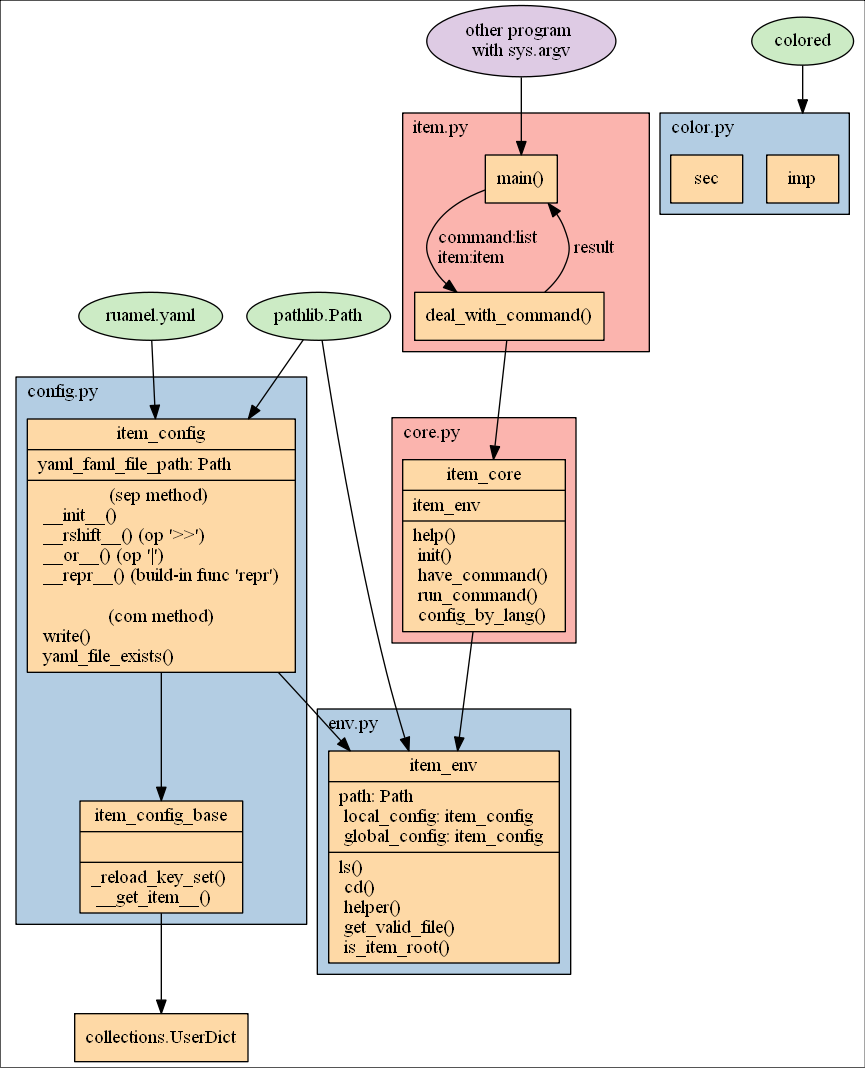
Before: doc/res/programUML.png, a diagram exported from Graphviz (PeterlitsZo/item). Its source is kept beside it as doc/res/programUML.dot.
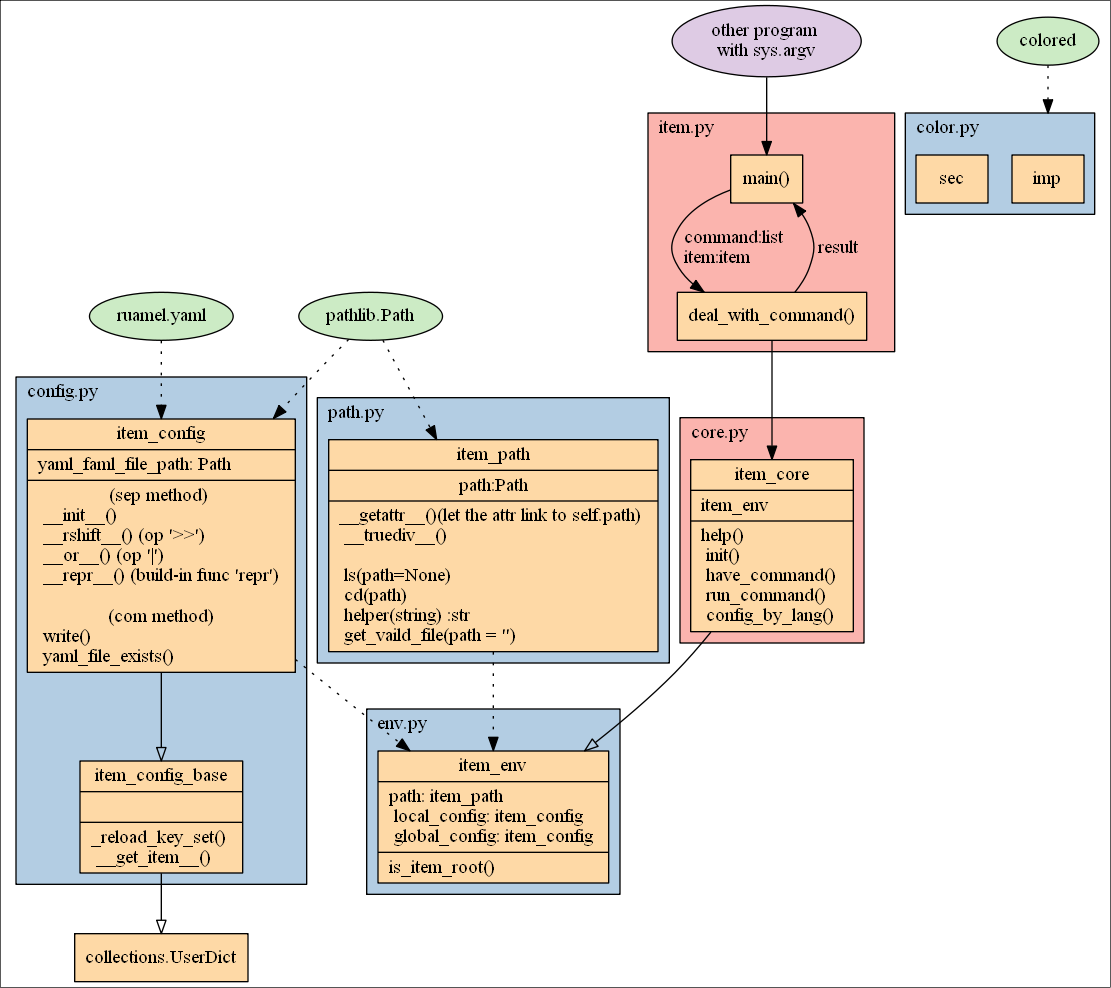
After the change.

Commit message:
reload the UML pic

Diff of the diagram source:
```diff
@@ -32,15 +32,25 @@
         bgcolor = 1
     }
 
+    subgraph cluster_item_path{
+        item_path [label="{item_path| path:Path
+                                    | __getattr__()(let the attr link to self.path)
+                                   \l __truediv__()
+                                   \l
+                                   \n ls(path=None)
+                                   \l cd(path)
+                                   \l helper(string) :str
+                                   \l get_vaild_file(path = '')
+                                   \l}", shape="record"];
+        label = "path.py";
+        bgcolor = 2;
+    }
+
     subgraph cluster_item_env{
-        item_env [label="{item_env| path: Path
+        item_env [label="{item_env| path: item_path
                                  \l local_config: item_config
                                  \l global_config: item_config
-                                \l| ls()
-                                 \l cd()
-                                 \l helper()
-                                 \l get_valid_file()
-                                 \l is_item_root()
+                                \l| is_item_root()
                                  \l}", shape="record"]
         label = "env.py";
         bgcolor = 2;
@@ -65,10 +75,8 @@
         label = "config.py";
         bgcolor = 2;
 
-        item_config -> item_config_base
+        item_config -> item_config_base [arrowhead="o"]
     }
-
-    item_config_base -> user_dict
 
     subgraph cluster_color{
         imp [label="{imp}", shape="record"];
@@ -77,13 +85,16 @@
         bgcolor = 2;
     }
 
-    ruamel_yaml -> item_config;
-    colored -> imp [lhead=cluster_color];
-    pathlib_Path -> {item_config, item_env};
+    item_path -> item_env [style="dotted"];
+    item_config_base -> user_dict [arrowhead="o"]
 
-    item_config -> item_env;
+    ruamel_yaml -> item_config [style="dotted"];
+    colored -> imp [lhead=cluster_color, style="dotted"];
+    pathlib_Path -> {item_config, item_path} [style="dotted"];
+
+    item_config -> item_env [style="dotted"];
 
     argv -> main;
     deal_with_command -> item;
-    item -> item_env;
+    item -> item_env [arrowhead="o"];
 }
```
